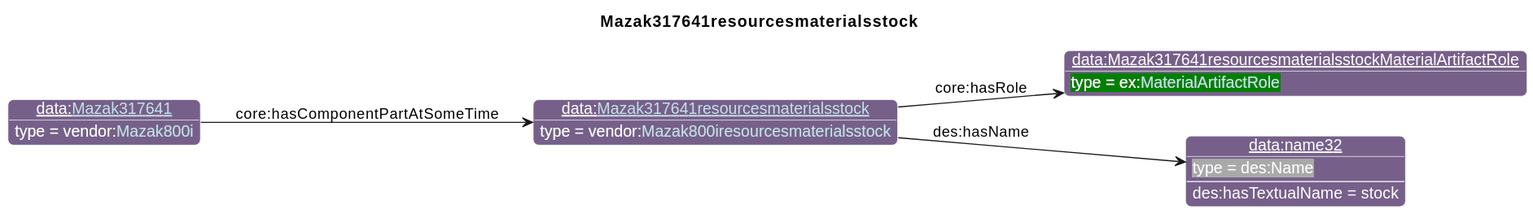
This is diagrams/Mazak317641resourcesmaterialsstock.svg from iofoundry/example-syseng-mtconnect, a PlantUML export, as it was before one commit. The source it was exported from:
```plantuml
@startuml
!include ../iof.iuml

<style>
object {
  HyperlinkColor #C4E1E6
}
</style>

left to right direction
skinparam linetype polyline
title Mazak317641resourcesmaterialsstock

!$default_direction = down

!$namespace_colors = { "bfo":"DFA702",
                      "iof":"1E90FF",
                      "ns":"Green",
                      "ns1":"76608A",
                      "core":"000000",
                      "ex":"Green",
                      "data":"76608A",
                      "vendor":"76608A",
                      "units":"8A2D3B",
                      "cmns-dsg":"3A0519",
                      "qp":"641B2E"
      }
individual(o0, data:[[./Mazak317641resourcesmaterialsstock.html Mazak317641resourcesmaterialsstock]], vendor:[[../Mazak.html#Mazak800iresourcesmaterialsstock Mazak800iresourcesmaterialsstock]])
individual(o1, data:Mazak317641resourcesmaterialsstockMaterialArtifactRole, ex:[[../Example.html#MaterialArtifactRole MaterialArtifactRole]])
individual(o2, data:name32, des:Name)
individual(o3, data:[[./Mazak317641.html Mazak317641]], vendor:[[../Mazak.html#Mazak800i Mazak800i]])
property(o0, "core:hasRole", o1)
property(o0, "des:hasName", o2)
data(o2, "des:hasTextualName", "stock")
property(o3, "core:hasComponentPartAtSomeTime", o0)
@enduml
```
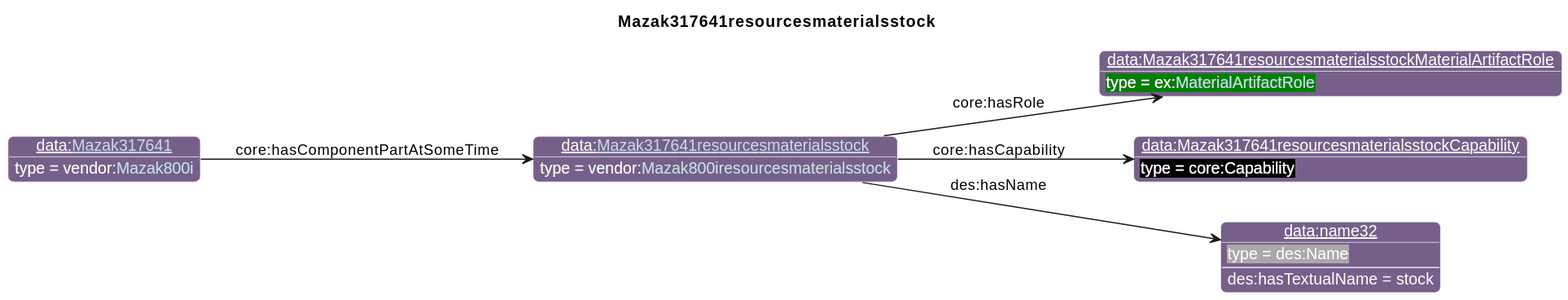
The same diagram one commit later.

Change to the diagram source:
```diff
@@ -27,10 +27,12 @@
       }
 individual(o0, data:[[./Mazak317641resourcesmaterialsstock.html Mazak317641resourcesmaterialsstock]], vendor:[[../Mazak.html#Mazak800iresourcesmaterialsstock Mazak800iresourcesmaterialsstock]])
 individual(o1, data:Mazak317641resourcesmaterialsstockMaterialArtifactRole, ex:[[../Example.html#MaterialArtifactRole MaterialArtifactRole]])
-individual(o2, data:name32, des:Name)
-individual(o3, data:[[./Mazak317641.html Mazak317641]], vendor:[[../Mazak.html#Mazak800i Mazak800i]])
+individual(o2, data:Mazak317641resourcesmaterialsstockCapability, core:Capability)
+individual(o3, data:name32, des:Name)
+individual(o4, data:[[./Mazak317641.html Mazak317641]], vendor:[[../Mazak.html#Mazak800i Mazak800i]])
 property(o0, "core:hasRole", o1)
-property(o0, "des:hasName", o2)
-data(o2, "des:hasTextualName", "stock")
-property(o3, "core:hasComponentPartAtSomeTime", o0)
+property(o0, "core:hasCapability", o2)
+property(o0, "des:hasName", o3)
+data(o3, "des:hasTextualName", "stock")
+property(o4, "core:hasComponentPartAtSomeTime", o0)
 @enduml
```
